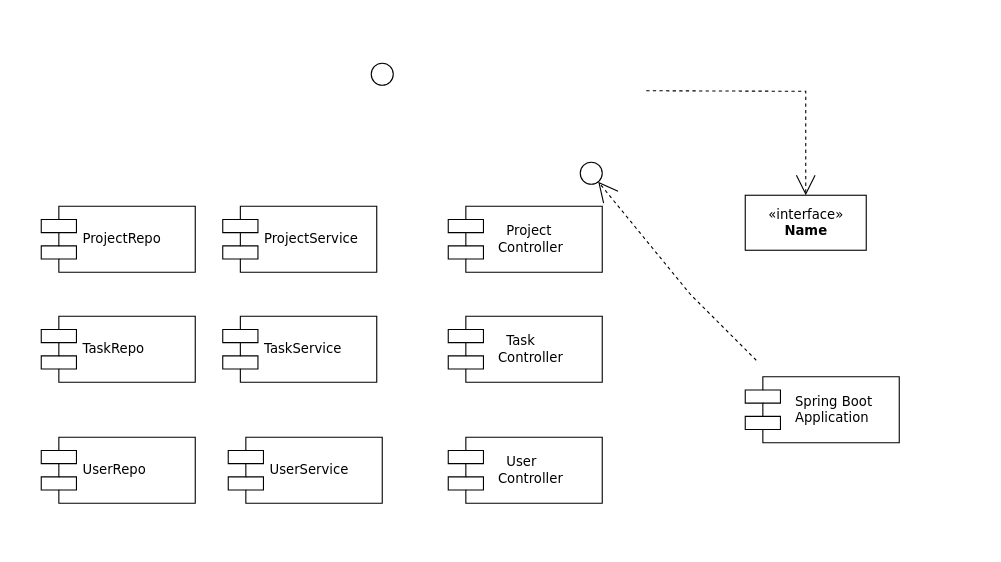
Above: Diagramme sans nom.drawio in MELEK-WEB/web-editor (draw.io), before the change. Source tidied: cells renumbered, new cells numbered last; positions are measured from the earlier drawing's top-left corner, leaving out a move shared by most shapes. Both pictures are drawn from the tidied source at 110%, with x=0, y=0 at pixel (41, 63).
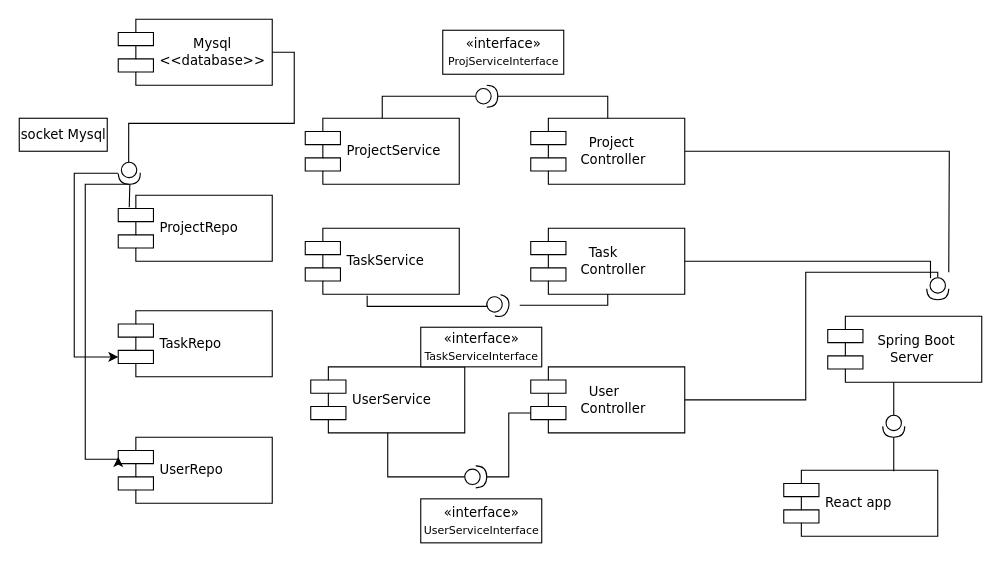
After the change.

Commit message (it also covers changes not shown here):
Mettre à jour Diagramme sans nom.drawio

Change to the diagram source:
```diff
@@
-    <mxCell id="2" style="ellipse;whiteSpace=wrap;html=1;rounded=0;shadow=0;comic=0;labelBackgroundColor=none;strokeWidth=1;fontFamily=Verdana;fontSize=12;align=center;" parent="1" vertex="1">
-      <mxGeometry x="300" width="20" height="20" as="geometry" />
-    </mxCell>
-    <mxCell id="3" value="&amp;laquo;interface&amp;raquo;&lt;br&gt;&lt;b&gt;Name&lt;/b&gt;" style="html=1;rounded=0;shadow=0;comic=0;labelBackgroundColor=none;strokeWidth=1;fontFamily=Verdana;fontSize=12;align=center;" parent="1" vertex="1">
-      <mxGeometry x="640" y="120" width="110" height="50" as="geometry" />
-    </mxCell>
-    <mxCell id="4" style="ellipse;whiteSpace=wrap;html=1;rounded=0;shadow=0;comic=0;labelBackgroundColor=none;strokeWidth=1;fontFamily=Verdana;fontSize=12;align=center;" parent="1" vertex="1">
-      <mxGeometry x="490" y="90" width="20" height="20" as="geometry" />
-    </mxCell>
-    <mxCell id="5" style="edgeStyle=none;rounded=0;html=1;dashed=1;labelBackgroundColor=none;startArrow=none;startFill=0;startSize=8;endArrow=open;endFill=0;endSize=16;fontFamily=Verdana;fontSize=12;" parent="1" edge="1" target="4">
-      <mxGeometry relative="1" as="geometry">
-        <mxPoint x="650" y="270" as="sourcePoint" />
-        <Array as="points">
-          <mxPoint x="590" y="210" />
-        </Array>
-      </mxGeometry>
-    </mxCell>
-    <mxCell id="6" style="edgeStyle=orthogonalEdgeStyle;rounded=0;html=1;dashed=1;labelBackgroundColor=none;startArrow=none;startFill=0;startSize=8;endArrow=open;endFill=0;endSize=16;fontFamily=Verdana;fontSize=12;" parent="1" edge="1" target="3">
-      <mxGeometry relative="1" as="geometry">
-        <mxPoint x="550" y="25" as="sourcePoint" />
-      </mxGeometry>
-    </mxCell>
     <mxCell id="7" value="ProjectService" style="shape=component;align=left;spacingLeft=36;rounded=0;shadow=0;comic=0;labelBackgroundColor=none;strokeWidth=1;fontFamily=Verdana;fontSize=12;html=1;" parent="1" vertex="1">
-      <mxGeometry x="165" y="130" width="140" height="60" as="geometry" />
+      <mxGeometry x="240" y="50" width="140" height="60" as="geometry" />
     </mxCell>
     <mxCell id="8" value="TaskService" style="shape=component;align=left;spacingLeft=36;rounded=0;shadow=0;comic=0;labelBackgroundColor=none;strokeWidth=1;fontFamily=Verdana;fontSize=12;html=1;" parent="1" vertex="1">
-      <mxGeometry x="165" y="230" width="140" height="60" as="geometry" />
+      <mxGeometry x="240" y="150" width="140" height="60" as="geometry" />
     </mxCell>
     <mxCell id="9" value="UserService" style="shape=component;align=left;spacingLeft=36;rounded=0;shadow=0;comic=0;labelBackgroundColor=none;strokeWidth=1;fontFamily=Verdana;fontSize=12;html=1;" parent="1" vertex="1">
-      <mxGeometry x="170" y="340" width="140" height="60" as="geometry" />
+      <mxGeometry x="245" y="276" width="140" height="60" as="geometry" />
     </mxCell>
+    <mxCell id="17" style="edgeStyle=orthogonalEdgeStyle;rounded=0;jettySize=auto;html=1;exitX=1;exitY=0.5;exitDx=0;exitDy=0;endArrow=none;endFill=0;" parent="1" edge="1" source="10">
+      <mxGeometry relative="1" as="geometry">
+        <mxPoint x="825" y="190" as="targetPoint" />
+      </mxGeometry>
+    </mxCell>
     <mxCell id="10" value="&lt;div style=&quot;&quot;&gt;&lt;span style=&quot;background-color: initial;&quot;&gt;&amp;nbsp; &amp;nbsp; Project&lt;/span&gt;&lt;/div&gt;&amp;nbsp; Controller" style="shape=component;align=left;spacingLeft=36;rounded=0;shadow=0;comic=0;labelBackgroundColor=none;strokeWidth=1;fontFamily=Verdana;fontSize=12;html=1;" parent="1" vertex="1">
-      <mxGeometry x="370" y="130" width="140" height="60" as="geometry" />
+      <mxGeometry x="445" y="50" width="140" height="60" as="geometry" />
     </mxCell>
     <mxCell id="11" value="&lt;div style=&quot;&quot;&gt;&lt;span style=&quot;background-color: initial;&quot;&gt;&amp;nbsp; &amp;nbsp; Task&lt;/span&gt;&lt;/div&gt;&amp;nbsp; Controller" style="shape=component;align=left;spacingLeft=36;rounded=0;shadow=0;comic=0;labelBackgroundColor=none;strokeWidth=1;fontFamily=Verdana;fontSize=12;html=1;" parent="1" vertex="1">
-      <mxGeometry x="370" y="230" width="140" height="60" as="geometry" />
+      <mxGeometry x="445" y="150" width="140" height="60" as="geometry" />
     </mxCell>
     <mxCell id="12" value="&lt;div style=&quot;&quot;&gt;&lt;span style=&quot;background-color: initial;&quot;&gt;&amp;nbsp; &amp;nbsp; User&lt;/span&gt;&lt;/div&gt;&amp;nbsp; Controller" style="shape=component;align=left;spacingLeft=36;rounded=0;shadow=0;comic=0;labelBackgroundColor=none;strokeWidth=1;fontFamily=Verdana;fontSize=12;html=1;" parent="1" vertex="1">
-      <mxGeometry x="370" y="340" width="140" height="60" as="geometry" />
+      <mxGeometry x="445" y="276" width="140" height="60" as="geometry" />
     </mxCell>
-    <mxCell id="13" value="&amp;nbsp; Spring Boot &lt;br&gt;&amp;nbsp; Application&lt;div style=&quot;&quot;&gt;&lt;/div&gt;" style="shape=component;align=left;spacingLeft=36;rounded=0;shadow=0;comic=0;labelBackgroundColor=none;strokeWidth=1;fontFamily=Verdana;fontSize=12;html=1;" parent="1" vertex="1">
-      <mxGeometry x="640" y="285" width="140" height="60" as="geometry" />
+    <mxCell id="13" value="&amp;nbsp; Spring Boot &lt;br&gt;&amp;nbsp; &amp;nbsp; &amp;nbsp;Server&lt;div style=&quot;&quot;&gt;&lt;/div&gt;" style="shape=component;align=left;spacingLeft=36;rounded=0;shadow=0;comic=0;labelBackgroundColor=none;strokeWidth=1;fontFamily=Verdana;fontSize=12;html=1;" parent="1" vertex="1">
+      <mxGeometry x="715" y="230" width="140" height="60" as="geometry" />
     </mxCell>
     <mxCell id="14" value="ProjectRepo" style="shape=component;align=left;spacingLeft=36;rounded=0;shadow=0;comic=0;labelBackgroundColor=none;strokeWidth=1;fontFamily=Verdana;fontSize=12;html=1;" parent="1" vertex="1">
-      <mxGeometry y="130" width="140" height="60" as="geometry" />
+      <mxGeometry x="70" y="120" width="140" height="60" as="geometry" />
     </mxCell>
     <mxCell id="15" value="TaskRepo" style="shape=component;align=left;spacingLeft=36;rounded=0;shadow=0;comic=0;labelBackgroundColor=none;strokeWidth=1;fontFamily=Verdana;fontSize=12;html=1;" parent="1" vertex="1">
-      <mxGeometry y="230" width="140" height="60" as="geometry" />
+      <mxGeometry x="70" y="225" width="140" height="60" as="geometry" />
     </mxCell>
     <mxCell id="16" value="UserRepo" style="shape=component;align=left;spacingLeft=36;rounded=0;shadow=0;comic=0;labelBackgroundColor=none;strokeWidth=1;fontFamily=Verdana;fontSize=12;html=1;" parent="1" vertex="1">
-      <mxGeometry y="340" width="140" height="60" as="geometry" />
+      <mxGeometry x="70" y="340" width="140" height="60" as="geometry" />
     </mxCell>
+    <mxCell id="18" style="edgeStyle=orthogonalEdgeStyle;rounded=0;jettySize=auto;html=1;exitX=0;exitY=0.5;exitDx=0;exitDy=0;exitPerimeter=0;entryX=0.5;entryY=1;entryDx=0;entryDy=0;endArrow=none;endFill=0;" parent="1" edge="1" source="19" target="9">
+      <mxGeometry relative="1" as="geometry" />
+    </mxCell>
+    <mxCell id="19" style="shape=providedRequiredInterface;html=1;verticalLabelPosition=bottom;sketch=0;" parent="1" vertex="1">
+      <mxGeometry x="385" y="366" width="20" height="20" as="geometry" />
+    </mxCell>
+    <mxCell id="20" style="edgeStyle=orthogonalEdgeStyle;rounded=0;jettySize=auto;html=1;exitX=0;exitY=0.7;exitDx=0;exitDy=0;entryX=1;entryY=0.5;entryDx=0;entryDy=0;entryPerimeter=0;endArrow=none;endFill=0;" parent="1" edge="1" source="12" target="19">
+      <mxGeometry relative="1" as="geometry" />
+    </mxCell>
+    <mxCell id="21" value="«interface»&lt;br&gt;&lt;font style=&quot;font-size: 10px;&quot;&gt;UserServiceInterface&lt;/font&gt;" style="html=1;rounded=0;shadow=0;comic=0;labelBackgroundColor=none;strokeWidth=1;fontFamily=Verdana;fontSize=12;align=center;" parent="1" vertex="1">
+      <mxGeometry x="345" y="396" width="110" height="40" as="geometry" />
+    </mxCell>
+    <mxCell id="22" style="shape=providedRequiredInterface;html=1;verticalLabelPosition=bottom;sketch=0;" parent="1" vertex="1">
+      <mxGeometry x="395" y="20" width="20" height="20" as="geometry" />
+    </mxCell>
+    <mxCell id="23" value="«interface»&lt;br&gt;&lt;font style=&quot;font-size: 10px;&quot;&gt;ProjServiceInterface&lt;/font&gt;" style="html=1;rounded=0;shadow=0;comic=0;labelBackgroundColor=none;strokeWidth=1;fontFamily=Verdana;fontSize=12;align=center;" parent="1" vertex="1">
+      <mxGeometry x="365" y="-30" width="110" height="40" as="geometry" />
+    </mxCell>
+    <mxCell id="24" style="edgeStyle=orthogonalEdgeStyle;rounded=0;jettySize=auto;html=1;exitX=0.5;exitY=0;exitDx=0;exitDy=0;entryX=1;entryY=0.5;entryDx=0;entryDy=0;entryPerimeter=0;endArrow=none;endFill=0;" parent="1" edge="1" source="10" target="22">
+      <mxGeometry relative="1" as="geometry" />
+    </mxCell>
+    <mxCell id="25" style="edgeStyle=orthogonalEdgeStyle;rounded=0;jettySize=auto;html=1;exitX=0;exitY=0.5;exitDx=0;exitDy=0;exitPerimeter=0;entryX=0.5;entryY=0;entryDx=0;entryDy=0;endArrow=none;endFill=0;" parent="1" edge="1" source="22" target="7">
+      <mxGeometry relative="1" as="geometry" />
+    </mxCell>
+    <mxCell id="26" value="React app&lt;div style=&quot;&quot;&gt;&lt;/div&gt;" style="shape=component;align=left;spacingLeft=36;rounded=0;shadow=0;comic=0;labelBackgroundColor=none;strokeWidth=1;fontFamily=Verdana;fontSize=12;html=1;" parent="1" vertex="1">
+      <mxGeometry x="675" y="370" width="140" height="60" as="geometry" />
+    </mxCell>
+    <mxCell id="27" style="shape=providedRequiredInterface;html=1;verticalLabelPosition=bottom;sketch=0;rotation=90;" parent="1" vertex="1">
+      <mxGeometry x="765" y="320" width="20" height="20" as="geometry" />
+    </mxCell>
+    <mxCell id="28" style="edgeStyle=orthogonalEdgeStyle;rounded=0;jettySize=auto;html=1;endArrow=none;endFill=0;entryX=1;entryY=0.5;entryDx=0;entryDy=0;entryPerimeter=0;" parent="1" edge="1" target="27">
+      <mxGeometry relative="1" as="geometry">
+        <mxPoint x="775" y="371" as="sourcePoint" />
+      </mxGeometry>
+    </mxCell>
+    <mxCell id="29" style="edgeStyle=orthogonalEdgeStyle;rounded=0;jettySize=auto;html=1;exitX=0;exitY=0.5;exitDx=0;exitDy=0;exitPerimeter=0;endArrow=none;endFill=0;" parent="1" edge="1" source="27">
+      <mxGeometry relative="1" as="geometry">
+        <mxPoint x="775" y="290" as="targetPoint" />
+      </mxGeometry>
+    </mxCell>
+    <mxCell id="30" value="«interface»&lt;br&gt;&lt;font style=&quot;font-size: 10px;&quot;&gt;TaskServiceInterface&lt;/font&gt;" style="html=1;rounded=0;shadow=0;comic=0;labelBackgroundColor=none;strokeWidth=1;fontFamily=Verdana;fontSize=12;align=center;" parent="1" vertex="1">
+      <mxGeometry x="345" y="240" width="110" height="36" as="geometry" />
+    </mxCell>
+    <mxCell id="31" style="edgeStyle=orthogonalEdgeStyle;rounded=0;jettySize=auto;html=1;exitX=0;exitY=0.5;exitDx=0;exitDy=0;exitPerimeter=0;entryX=0.402;entryY=1.024;entryDx=0;entryDy=0;endArrow=none;endFill=0;entryPerimeter=0;" parent="1" edge="1" source="33" target="8">
+      <mxGeometry relative="1" as="geometry">
+        <Array as="points">
+          <mxPoint x="405" y="221" />
+          <mxPoint x="296" y="221" />
+        </Array>
+      </mxGeometry>
+    </mxCell>
+    <mxCell id="32" style="edgeStyle=orthogonalEdgeStyle;rounded=0;jettySize=auto;html=1;exitX=0.5;exitY=1;exitDx=0;exitDy=0;endArrow=none;endFill=0;" parent="1" edge="1" source="11">
+      <mxGeometry relative="1" as="geometry">
+        <mxPoint x="435" y="220" as="targetPoint" />
+        <Array as="points">
+          <mxPoint x="515" y="220" />
+        </Array>
+      </mxGeometry>
+    </mxCell>
+    <mxCell id="33" style="shape=providedRequiredInterface;html=1;verticalLabelPosition=bottom;sketch=0;rotation=15;" parent="1" vertex="1">
+      <mxGeometry x="405" y="210" width="20" height="20" as="geometry" />
+    </mxCell>
+    <mxCell id="34" style="edgeStyle=orthogonalEdgeStyle;rounded=0;jettySize=auto;html=1;entryX=0.027;entryY=0.83;entryDx=0;entryDy=0;entryPerimeter=0;endArrow=none;endFill=0;" parent="1" edge="1" source="11" target="37">
+      <mxGeometry relative="1" as="geometry">
+        <Array as="points">
+          <mxPoint x="808" y="180" />
+        </Array>
+      </mxGeometry>
+    </mxCell>
+    <mxCell id="35" style="edgeStyle=orthogonalEdgeStyle;rounded=0;jettySize=auto;html=1;exitX=1;exitY=0.5;exitDx=0;exitDy=0;entryX=0;entryY=0.5;entryDx=0;entryDy=0;entryPerimeter=0;endArrow=none;endFill=0;" parent="1" edge="1" source="12" target="37">
+      <mxGeometry relative="1" as="geometry">
+        <Array as="points">
+          <mxPoint x="695" y="306" />
+          <mxPoint x="695" y="190" />
+          <mxPoint x="815" y="190" />
+        </Array>
+      </mxGeometry>
+    </mxCell>
+    <mxCell id="36" value="&lt;span style=&quot;white-space: pre;&quot;&gt;&#9;&lt;/span&gt;Mysql&amp;nbsp;&lt;br&gt;&amp;lt;&amp;lt;database&amp;gt;&amp;gt;" style="shape=component;align=left;spacingLeft=36;rounded=0;shadow=0;comic=0;labelBackgroundColor=none;strokeWidth=1;fontFamily=Verdana;fontSize=12;html=1;" parent="1" vertex="1">
+      <mxGeometry x="70" y="-40" width="140" height="60" as="geometry" />
+    </mxCell>
+    <mxCell id="37" style="shape=providedRequiredInterface;html=1;verticalLabelPosition=bottom;sketch=0;rotation=90;" parent="1" vertex="1">
+      <mxGeometry x="805" y="195" width="20" height="20" as="geometry" />
+    </mxCell>
+    <mxCell id="38" style="edgeStyle=orthogonalEdgeStyle;rounded=0;jettySize=auto;html=1;exitX=1;exitY=0.5;exitDx=0;exitDy=0;exitPerimeter=0;endArrow=none;endFill=0;" parent="1" edge="1" source="40">
+      <mxGeometry relative="1" as="geometry">
+        <mxPoint x="80" y="131" as="targetPoint" />
+      </mxGeometry>
+    </mxCell>
+    <mxCell id="39" style="edgeStyle=orthogonalEdgeStyle;rounded=0;jettySize=auto;html=1;entryX=0;entryY=0.7;entryDx=0;entryDy=0;" parent="1" edge="1" source="40" target="15">
+      <mxGeometry relative="1" as="geometry">
+        <Array as="points">
+          <mxPoint x="30" y="100" />
+          <mxPoint x="30" y="267" />
+        </Array>
+      </mxGeometry>
+    </mxCell>
+    <mxCell id="40" style="shape=providedRequiredInterface;html=1;verticalLabelPosition=bottom;sketch=0;rotation=-3;direction=south;" parent="1" vertex="1">
+      <mxGeometry x="70" y="90" width="20" height="20" as="geometry" />
+    </mxCell>
+    <mxCell id="41" style="edgeStyle=orthogonalEdgeStyle;rounded=0;jettySize=auto;html=1;exitX=1;exitY=0.5;exitDx=0;exitDy=0;endArrow=none;endFill=0;entryX=0;entryY=0.5;entryDx=0;entryDy=0;entryPerimeter=0;" parent="1" edge="1" source="36" target="40">
+      <mxGeometry relative="1" as="geometry" />
+    </mxCell>
+    <mxCell id="42" style="edgeStyle=orthogonalEdgeStyle;rounded=0;jettySize=auto;html=1;entryX=0;entryY=0.3;entryDx=0;entryDy=0;" parent="1" edge="1" target="16">
+      <mxGeometry relative="1" as="geometry">
+        <mxPoint x="80" y="110" as="sourcePoint" />
+        <Array as="points">
+          <mxPoint x="40" y="110" />
+          <mxPoint x="40" y="360" />
+          <mxPoint x="70" y="360" />
+        </Array>
+      </mxGeometry>
+    </mxCell>
+    <mxCell id="43" value="socket Mysql" style="html=1;rounded=0;shadow=0;comic=0;labelBackgroundColor=none;strokeWidth=1;fontFamily=Verdana;fontSize=12;align=center;" parent="1" vertex="1">
+      <mxGeometry x="-20" y="50" width="80" height="30" as="geometry" />
+    </mxCell>
```
